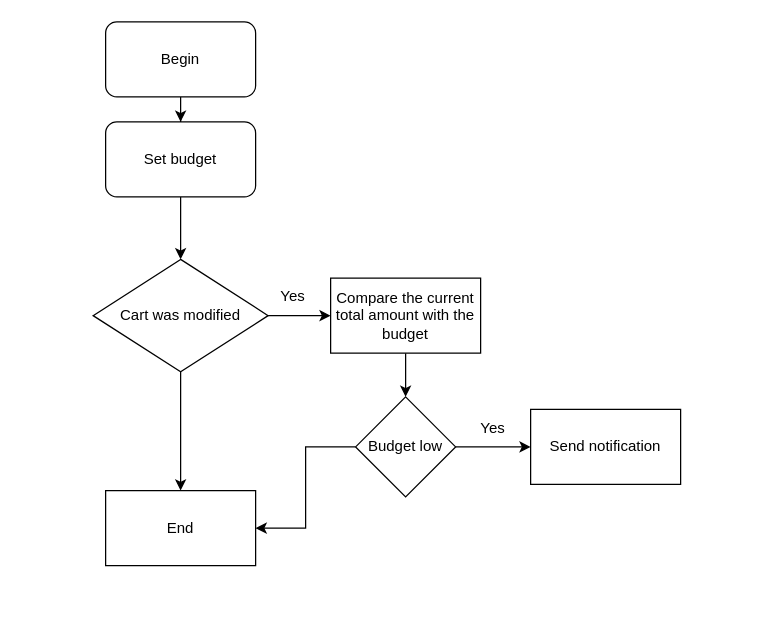
The draw.io diagram Flowcahrt/Diego_Budget_Management.drawio in VatsSanghvi/Big-Data-Project, before the edit. Source tidied: cells renumbered, new cells numbered last; positions are measured from the earlier drawing's top-left corner, leaving out a move shared by most shapes. Both pictures are drawn from the tidied source at 125%, with x=0, y=0 at pixel (92, 21).
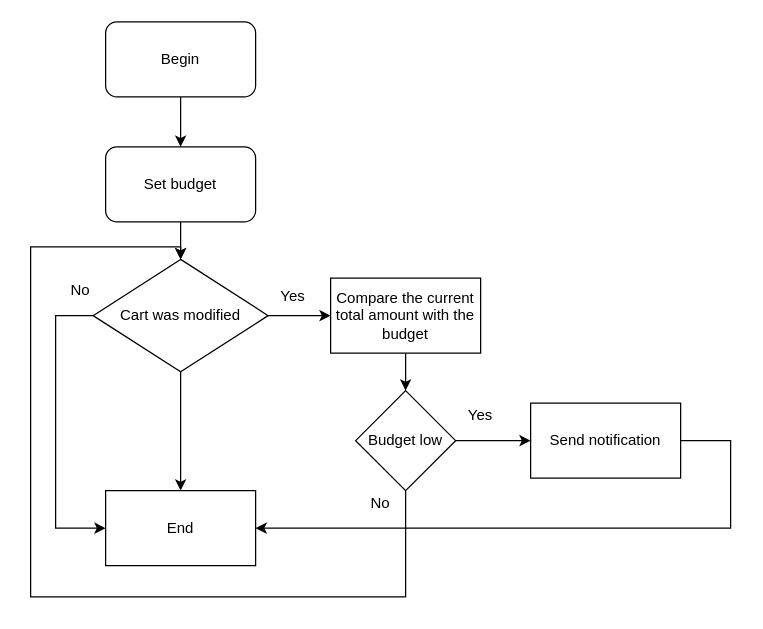
Above is the later version.

Unchanged cells that the change refers to:
```xml
<mxCell id="8" value="Cart was modified" style="rhombus;whiteSpace=wrap;html=1;" parent="1" vertex="1">
  <mxGeometry y="190" width="140" height="90" as="geometry" />
</mxCell>
<mxCell id="10" value="Compare the current total amount with the budget" style="whiteSpace=wrap;html=1;" parent="1" vertex="1">
  <mxGeometry x="190" y="205" width="120" height="60" as="geometry" />
</mxCell>
<mxCell id="17" value="End" style="whiteSpace=wrap;html=1;" parent="1" vertex="1">
  <mxGeometry x="10" y="375" width="120" height="60" as="geometry" />
</mxCell>
```

What changed in the source:
```diff
@@
     <mxCell id="5" value="Set budget" style="whiteSpace=wrap;html=1;rounded=1;" parent="1" vertex="1">
-      <mxGeometry x="10" y="80" width="120" height="60" as="geometry" />
+      <mxGeometry x="10" y="100" width="120" height="60" as="geometry" />
     </mxCell>
@@
+    <mxCell id="18" style="edgeStyle=orthogonalEdgeStyle;rounded=0;jettySize=auto;html=1;exitX=0;exitY=0.5;exitDx=0;exitDy=0;entryX=0;entryY=0.5;entryDx=0;entryDy=0;" parent="1" edge="1" source="8" target="17">
+      <mxGeometry relative="1" as="geometry">
+        <Array as="points">
+          <mxPoint x="-30" y="235" />
+          <mxPoint x="-30" y="405" />
+        </Array>
+      </mxGeometry>
+    </mxCell>
@@
-    <mxCell id="9" style="edgeStyle=orthogonalEdgeStyle;rounded=0;jettySize=auto;html=1;" parent="1" edge="1" source="10">
-      <mxGeometry relative="1" as="geometry">
-        <mxPoint x="250" y="300" as="targetPoint" />
-      </mxGeometry>
+    <mxCell id="9" style="edgeStyle=orthogonalEdgeStyle;rounded=0;jettySize=auto;html=1;entryX=0.5;entryY=0;entryDx=0;entryDy=0;" parent="1" edge="1" source="10" target="14">
+      <mxGeometry relative="1" as="geometry" />
     </mxCell>
@@
-    <mxCell id="13" style="edgeStyle=orthogonalEdgeStyle;rounded=0;jettySize=auto;html=1;" parent="1" edge="1" source="14" target="17">
-      <mxGeometry relative="1" as="geometry" />
-    </mxCell>
+    <mxCell id="19" style="edgeStyle=orthogonalEdgeStyle;rounded=0;jettySize=auto;html=1;entryX=0.5;entryY=0;entryDx=0;entryDy=0;" parent="1" edge="1" source="14" target="8">
+      <mxGeometry relative="1" as="geometry">
+        <Array as="points">
+          <mxPoint x="250" y="460" />
+          <mxPoint x="-50" y="460" />
+          <mxPoint x="-50" y="180" />
+          <mxPoint x="70" y="180" />
+        </Array>
+      </mxGeometry>
+    </mxCell>
     <mxCell id="14" value="Budget low" style="rhombus;whiteSpace=wrap;html=1;" parent="1" vertex="1">
-      <mxGeometry x="210" y="300" width="80" height="80" as="geometry" />
+      <mxGeometry x="210" y="295" width="80" height="80" as="geometry" />
     </mxCell>
+    <mxCell id="20" style="edgeStyle=orthogonalEdgeStyle;rounded=0;jettySize=auto;html=1;entryX=1;entryY=0.5;entryDx=0;entryDy=0;" parent="1" edge="1" source="15" target="17">
+      <mxGeometry relative="1" as="geometry">
+        <Array as="points">
+          <mxPoint x="510" y="335" />
+          <mxPoint x="510" y="405" />
+        </Array>
+      </mxGeometry>
+    </mxCell>
     <mxCell id="15" value="Send notification" style="whiteSpace=wrap;html=1;" parent="1" vertex="1">
-      <mxGeometry x="350" y="310" width="120" height="60" as="geometry" />
+      <mxGeometry x="350" y="305" width="120" height="60" as="geometry" />
     </mxCell>
     <mxCell id="16" value="Yes" style="text;html=1;align=center;verticalAlign=middle;whiteSpace=wrap;rounded=0;" parent="1" vertex="1">
-      <mxGeometry x="290" y="310" width="60" height="30" as="geometry" />
+      <mxGeometry x="280" y="300" width="60" height="30" as="geometry" />
     </mxCell>
@@
+    <mxCell id="21" value="No" style="text;html=1;align=center;verticalAlign=middle;whiteSpace=wrap;rounded=0;" parent="1" vertex="1">
+      <mxGeometry x="-40" y="200" width="60" height="30" as="geometry" />
+    </mxCell>
+    <mxCell id="22" value="No" style="text;html=1;align=center;verticalAlign=middle;whiteSpace=wrap;rounded=0;" parent="1" vertex="1">
+      <mxGeometry x="200" y="370" width="60" height="30" as="geometry" />
+    </mxCell>
```
